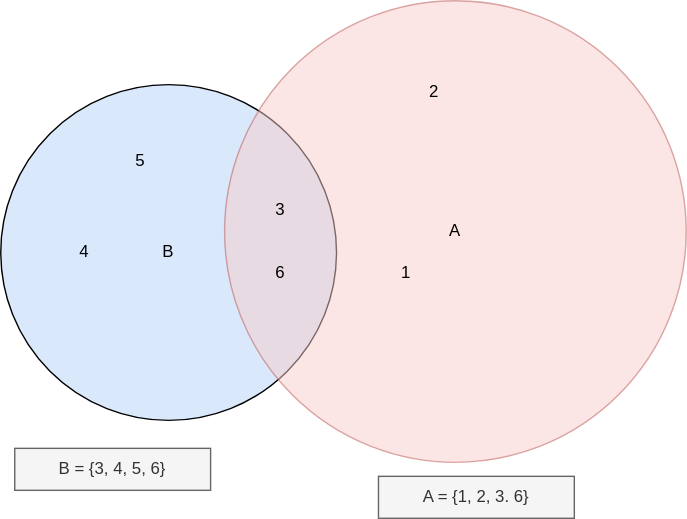
rupendrab/diagrams keeps this draw.io diagram as Test_Sets.svg. Above is the earlier version. Source tidied: cells renumbered, new cells last; positions are measured from the earlier drawing's top-left corner, leaving out a move shared by most shapes.
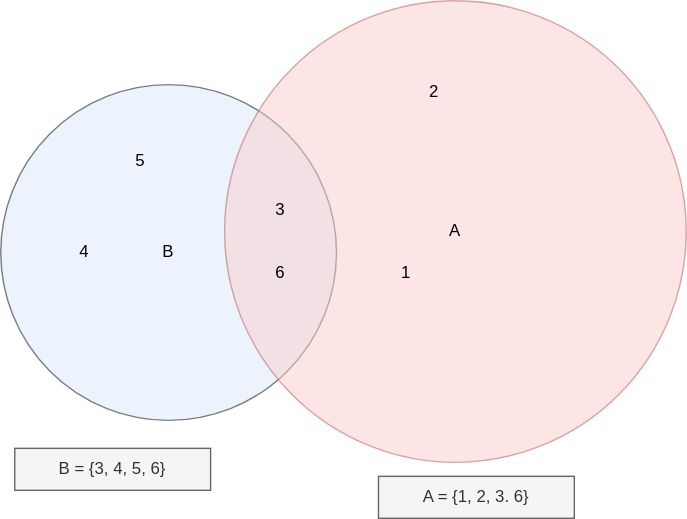
After the commit.

Diff of the diagram source:
```diff
@@ -2,7 +2,7 @@
   <root>
     <mxCell id="0" />
     <mxCell id="1" parent="0" />
-    <mxCell id="2" value="B" style="ellipse;whiteSpace=wrap;html=1;fillColor=#dae8fc;strokeColor=#000000;" parent="1" vertex="1">
+    <mxCell id="2" value="B" style="ellipse;whiteSpace=wrap;html=1;fillColor=#dae8fc;strokeColor=#000000;opacity=50;" parent="1" vertex="1">
       <mxGeometry y="60" width="240" height="240" as="geometry" />
     </mxCell>
     <mxCell id="3" value="A" style="ellipse;whiteSpace=wrap;html=1;fillColor=#f8cecc;strokeColor=#b85450;opacity=50;" parent="1" vertex="1">
```
